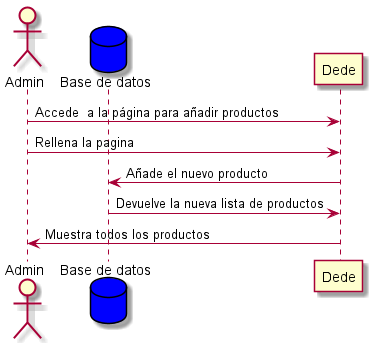
This is images/AñadirProducto.png from Arquisoft/dede_es2a, a PlantUML export, as it was before one commit. Its diagram source:
```plantuml
@startuml
actor Admin
database BaseDeDatos as "Base de datos" #blue
Admin -> Dede: Accede  a la página para añadir productos
Admin -> Dede: Rellena la pagina
Dede -> BaseDeDatos: Añade el nuevo producto
BaseDeDatos -> Dede: Devuelve la nueva lista de productos
Dede -> Admin: Muestra todos los productos
@enduml
```
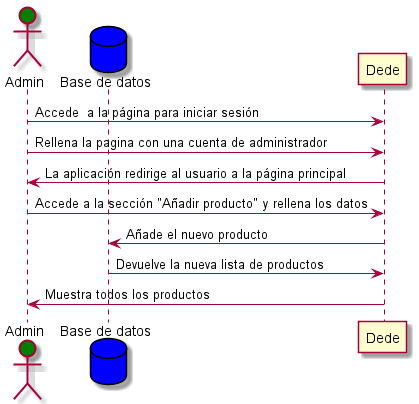
Later version of the same file.

Change to the diagram source:
```diff
@@ -1,8 +1,10 @@
 @startuml
-actor Admin
+actor Admin #green
 database BaseDeDatos as "Base de datos" #blue
-Admin -> Dede: Accede  a la página para añadir productos
-Admin -> Dede: Rellena la pagina
+Admin -> Dede: Accede  a la página para iniciar sesión
+Admin -> Dede: Rellena la pagina con una cuenta de administrador
+Admin <- Dede: La aplicación redirige al usuario a la página principal
+Admin -> Dede: Accede a la sección "Añadir producto" y rellena los datos
 Dede -> BaseDeDatos: Añade el nuevo producto
 BaseDeDatos -> Dede: Devuelve la nueva lista de productos
 Dede -> Admin: Muestra todos los productos
```
